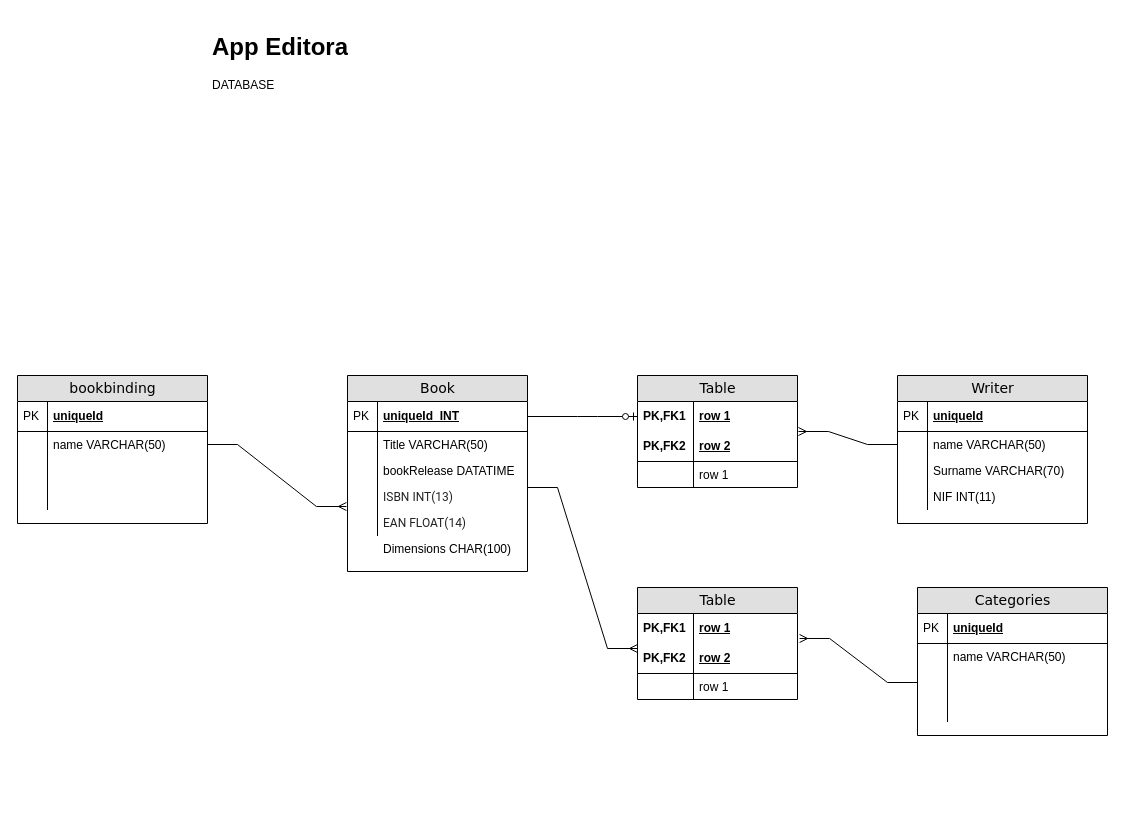
Before: Untitled Diagram.drawio in jonasnapoles/projectFinalDocs, a draw.io diagram. Source tidied: cells renumbered, new cells numbered last; positions are measured from the earlier drawing's top-left corner, leaving out a move shared by most shapes. Both pictures are drawn from the tidied source at 100%, with x=0, y=0 at pixel (17, 27).
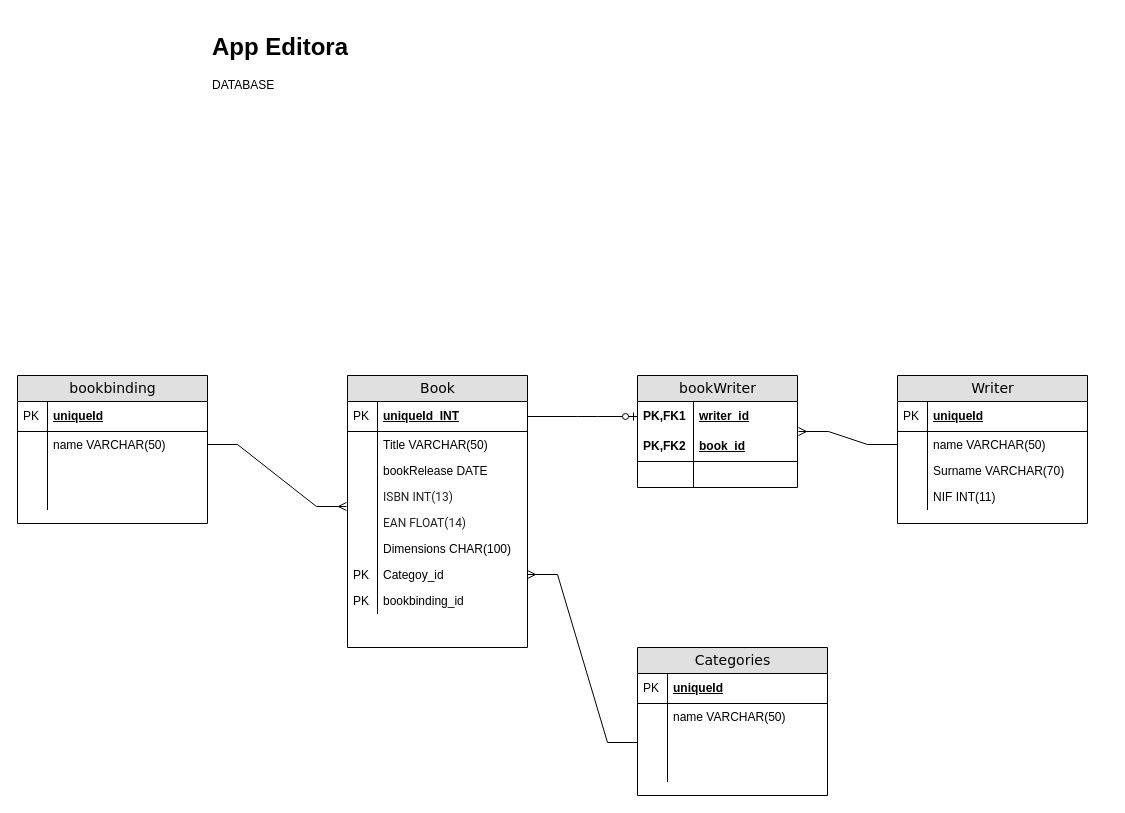
Above is the later version.

Unchanged cells that the change refers to:
```xml
<mxCell id="46" style="shape=partialRectangle;top=0;left=0;right=0;bottom=0;html=1;align=left;verticalAlign=top;fillColor=none;spacingLeft=34;spacingRight=4;whiteSpace=wrap;overflow=hidden;points=[[0,0.5],[1,0.5]];portConstraint=eastwest;" parent="41" vertex="1">
  <mxGeometry y="82" width="190" height="26" as="geometry" />
</mxCell>
```

Change to the diagram source:
```diff
@@
-    <mxCell id="2" value="Table" style="swimlane;html=1;fontStyle=0;horizontal=1;startSize=26;fillColor=#e0e0e0;swimlaneFillColor=#ffffff;align=center;rounded=0;shadow=0;comic=0;labelBackgroundColor=none;strokeWidth=1;fontFamily=Verdana;fontSize=14;" parent="1" vertex="1">
+    <mxCell id="2" value="bookWriter" style="swimlane;html=1;fontStyle=0;horizontal=1;startSize=26;fillColor=#e0e0e0;swimlaneFillColor=#ffffff;align=center;rounded=0;shadow=0;comic=0;labelBackgroundColor=none;strokeWidth=1;fontFamily=Verdana;fontSize=14;" parent="1" vertex="1">
       <mxGeometry x="620" y="348" width="160" height="112" as="geometry" />
     </mxCell>
-    <mxCell id="3" value="row 1" style="shape=partialRectangle;top=0;left=0;right=0;bottom=0;html=1;align=left;verticalAlign=middle;fillColor=none;spacingLeft=60;spacingRight=4;whiteSpace=wrap;overflow=hidden;points=[[0,0.5],[1,0.5]];portConstraint=eastwest;fontStyle=5;" parent="2" vertex="1">
+    <mxCell id="3" value="writer_id" style="shape=partialRectangle;top=0;left=0;right=0;bottom=0;html=1;align=left;verticalAlign=middle;fillColor=none;spacingLeft=60;spacingRight=4;whiteSpace=wrap;overflow=hidden;points=[[0,0.5],[1,0.5]];portConstraint=eastwest;fontStyle=5;" parent="2" vertex="1">
       <mxGeometry y="26" width="160" height="30" as="geometry" />
     </mxCell>
@@
-    <mxCell id="5" value="row 2" style="shape=partialRectangle;top=0;left=0;right=0;bottom=1;html=1;align=left;verticalAlign=middle;fillColor=none;spacingLeft=60;spacingRight=4;whiteSpace=wrap;overflow=hidden;points=[[0,0.5],[1,0.5]];portConstraint=eastwest;fontStyle=5;" parent="2" vertex="1">
+    <mxCell id="5" value="book_id" style="shape=partialRectangle;top=0;left=0;right=0;bottom=1;html=1;align=left;verticalAlign=middle;fillColor=none;spacingLeft=60;spacingRight=4;whiteSpace=wrap;overflow=hidden;points=[[0,0.5],[1,0.5]];portConstraint=eastwest;fontStyle=5;" parent="2" vertex="1">
       <mxGeometry y="56" width="160" height="30" as="geometry" />
     </mxCell>
@@
-    <mxCell id="7" value="row 1" style="shape=partialRectangle;top=0;left=0;right=0;bottom=0;html=1;align=left;verticalAlign=top;fillColor=none;spacingLeft=60;spacingRight=4;whiteSpace=wrap;overflow=hidden;" parent="2" vertex="1">
+    <mxCell id="7" style="shape=partialRectangle;top=0;left=0;right=0;bottom=0;html=1;align=left;verticalAlign=top;fillColor=none;spacingLeft=60;spacingRight=4;whiteSpace=wrap;overflow=hidden;" parent="2" vertex="1">
       <mxGeometry y="86" width="160" height="26" as="geometry" />
     </mxCell>
@@
     <mxCell id="18" value="Book" style="swimlane;html=1;fontStyle=0;horizontal=1;startSize=26;fillColor=#e0e0e0;swimlaneFillColor=#ffffff;align=center;rounded=0;shadow=0;comic=0;labelBackgroundColor=none;strokeWidth=1;fontFamily=Verdana;fontSize=14;" parent="1" vertex="1">
-      <mxGeometry x="330" y="348" width="180" height="196" as="geometry" />
+      <mxGeometry x="330" y="348" width="180" height="272" as="geometry" />
     </mxCell>
@@
-    <mxCell id="23" value="bookRelease DATATIME" style="shape=partialRectangle;top=0;left=0;right=0;bottom=0;html=1;align=left;verticalAlign=top;fillColor=none;spacingLeft=34;spacingRight=4;whiteSpace=wrap;overflow=hidden;" parent="18" vertex="1">
+    <mxCell id="23" value="bookRelease DATE&lt;br&gt;" style="shape=partialRectangle;top=0;left=0;right=0;bottom=0;html=1;align=left;verticalAlign=top;fillColor=none;spacingLeft=34;spacingRight=4;whiteSpace=wrap;overflow=hidden;" parent="18" vertex="1">
       <mxGeometry y="82" width="180" height="26" as="geometry" />
     </mxCell>
@@
     <mxCell id="29" value="Dimensions CHAR(100)" style="shape=partialRectangle;top=0;left=0;right=0;bottom=0;html=1;align=left;verticalAlign=top;fillColor=none;spacingLeft=34;spacingRight=4;whiteSpace=wrap;overflow=hidden;" parent="18" vertex="1">
-      <mxGeometry y="160" width="180" height="30" as="geometry" />
+      <mxGeometry y="160" width="180" height="26" as="geometry" />
     </mxCell>
+    <mxCell id="61" style="shape=partialRectangle;top=0;left=0;bottom=0;html=1;fillColor=none;align=left;verticalAlign=top;spacingLeft=4;spacingRight=4;whiteSpace=wrap;overflow=hidden;" parent="29" vertex="1">
+      <mxGeometry width="30" height="26" as="geometry" />
+    </mxCell>
+    <mxCell id="62" value="Categoy_id" style="shape=partialRectangle;top=0;left=0;right=0;bottom=0;html=1;align=left;verticalAlign=top;fillColor=none;spacingLeft=34;spacingRight=4;whiteSpace=wrap;overflow=hidden;points=[[0,0.5],[1,0.5]];portConstraint=eastwest;" parent="18" vertex="1">
+      <mxGeometry y="186" width="180" height="26" as="geometry" />
+    </mxCell>
+    <mxCell id="63" value="PK" style="shape=partialRectangle;top=0;left=0;bottom=0;html=1;fillColor=none;align=left;verticalAlign=top;spacingLeft=4;spacingRight=4;whiteSpace=wrap;overflow=hidden;" parent="62" vertex="1">
+      <mxGeometry width="30" height="26" as="geometry" />
+    </mxCell>
+    <mxCell id="64" value="bookbinding_id" style="shape=partialRectangle;top=0;left=0;right=0;bottom=0;html=1;align=left;verticalAlign=top;fillColor=none;spacingLeft=34;spacingRight=4;whiteSpace=wrap;overflow=hidden;" parent="18" vertex="1">
+      <mxGeometry y="212" width="180" height="26" as="geometry" />
+    </mxCell>
+    <mxCell id="65" value="PK" style="shape=partialRectangle;top=0;left=0;bottom=0;html=1;fillColor=none;align=left;verticalAlign=top;spacingLeft=4;spacingRight=4;whiteSpace=wrap;overflow=hidden;" parent="64" vertex="1">
+      <mxGeometry width="30" height="26" as="geometry" />
+    </mxCell>
@@
     <mxCell id="41" value="Categories" style="swimlane;html=1;fontStyle=0;horizontal=1;startSize=26;fillColor=#e0e0e0;swimlaneFillColor=#ffffff;align=center;rounded=0;shadow=0;comic=0;labelBackgroundColor=none;strokeWidth=1;fontFamily=Verdana;fontSize=14;swimlaneLine=1;" parent="1" vertex="1">
-      <mxGeometry x="900" y="560" width="190" height="148" as="geometry" />
+      <mxGeometry x="620" y="620" width="190" height="148" as="geometry" />
     </mxCell>
@@
-    <mxCell id="50" value="Table" style="swimlane;html=1;fontStyle=0;horizontal=1;startSize=26;fillColor=#e0e0e0;swimlaneFillColor=#ffffff;align=center;rounded=0;shadow=0;comic=0;labelBackgroundColor=none;strokeWidth=1;fontFamily=Verdana;fontSize=14;" parent="1" vertex="1">
-      <mxGeometry x="620" y="560" width="160" height="112" as="geometry" />
-    </mxCell>
-    <mxCell id="51" value="row 1" style="shape=partialRectangle;top=0;left=0;right=0;bottom=0;html=1;align=left;verticalAlign=middle;fillColor=none;spacingLeft=60;spacingRight=4;whiteSpace=wrap;overflow=hidden;points=[[0,0.5],[1,0.5]];portConstraint=eastwest;fontStyle=5;" parent="50" vertex="1">
-      <mxGeometry y="26" width="160" height="30" as="geometry" />
-    </mxCell>
-    <mxCell id="52" value="PK,FK1" style="shape=partialRectangle;fontStyle=1;top=0;left=0;bottom=0;html=1;fillColor=none;align=left;verticalAlign=middle;spacingLeft=4;spacingRight=4;whiteSpace=wrap;overflow=hidden;" parent="51" vertex="1">
-      <mxGeometry width="56" height="30" as="geometry" />
-    </mxCell>
-    <mxCell id="53" value="row 2" style="shape=partialRectangle;top=0;left=0;right=0;bottom=1;html=1;align=left;verticalAlign=middle;fillColor=none;spacingLeft=60;spacingRight=4;whiteSpace=wrap;overflow=hidden;fontStyle=5;" parent="50" vertex="1">
-      <mxGeometry y="56" width="160" height="30" as="geometry" />
-    </mxCell>
-    <mxCell id="54" value="PK,FK2" style="shape=partialRectangle;fontStyle=1;top=0;left=0;bottom=0;html=1;fillColor=none;align=left;verticalAlign=middle;spacingLeft=4;spacingRight=4;whiteSpace=wrap;overflow=hidden;" parent="53" vertex="1">
-      <mxGeometry width="56" height="30" as="geometry" />
-    </mxCell>
-    <mxCell id="55" value="row 1" style="shape=partialRectangle;top=0;left=0;right=0;bottom=0;html=1;align=left;verticalAlign=top;fillColor=none;spacingLeft=60;spacingRight=4;whiteSpace=wrap;overflow=hidden;" parent="50" vertex="1">
-      <mxGeometry y="86" width="160" height="26" as="geometry" />
-    </mxCell>
-    <mxCell id="56" style="shape=partialRectangle;top=0;left=0;bottom=0;html=1;fillColor=none;align=left;verticalAlign=top;spacingLeft=4;spacingRight=4;whiteSpace=wrap;overflow=hidden;" parent="55" vertex="1">
-      <mxGeometry width="56" height="26" as="geometry" />
-    </mxCell>
@@
-    <mxCell id="58" style="edgeStyle=entityRelationEdgeStyle;fontSize=12;html=1;endArrow=ERmany;rounded=0;" parent="1" edge="1">
-      <mxGeometry relative="1" as="geometry">
-        <mxPoint x="510" y="460" as="sourcePoint" />
-        <mxPoint x="620" y="621" as="targetPoint" />
-      </mxGeometry>
+    <mxCell id="58" style="edgeStyle=entityRelationEdgeStyle;fontSize=12;html=1;endArrow=ERmany;rounded=0;entryX=1;entryY=0.5;entryDx=0;entryDy=0;exitX=0;exitY=0.5;exitDx=0;exitDy=0;" parent="1" edge="1" source="46" target="62">
+      <mxGeometry relative="1" as="geometry" />
     </mxCell>
-    <mxCell id="59" style="edgeStyle=entityRelationEdgeStyle;fontSize=12;html=1;endArrow=ERmany;rounded=0;exitX=0;exitY=0.5;exitDx=0;exitDy=0;entryX=1.013;entryY=0.833;entryDx=0;entryDy=0;entryPerimeter=0;" parent="1" edge="1" source="46" target="51">
-      <mxGeometry relative="1" as="geometry" />
-    </mxCell>
```
